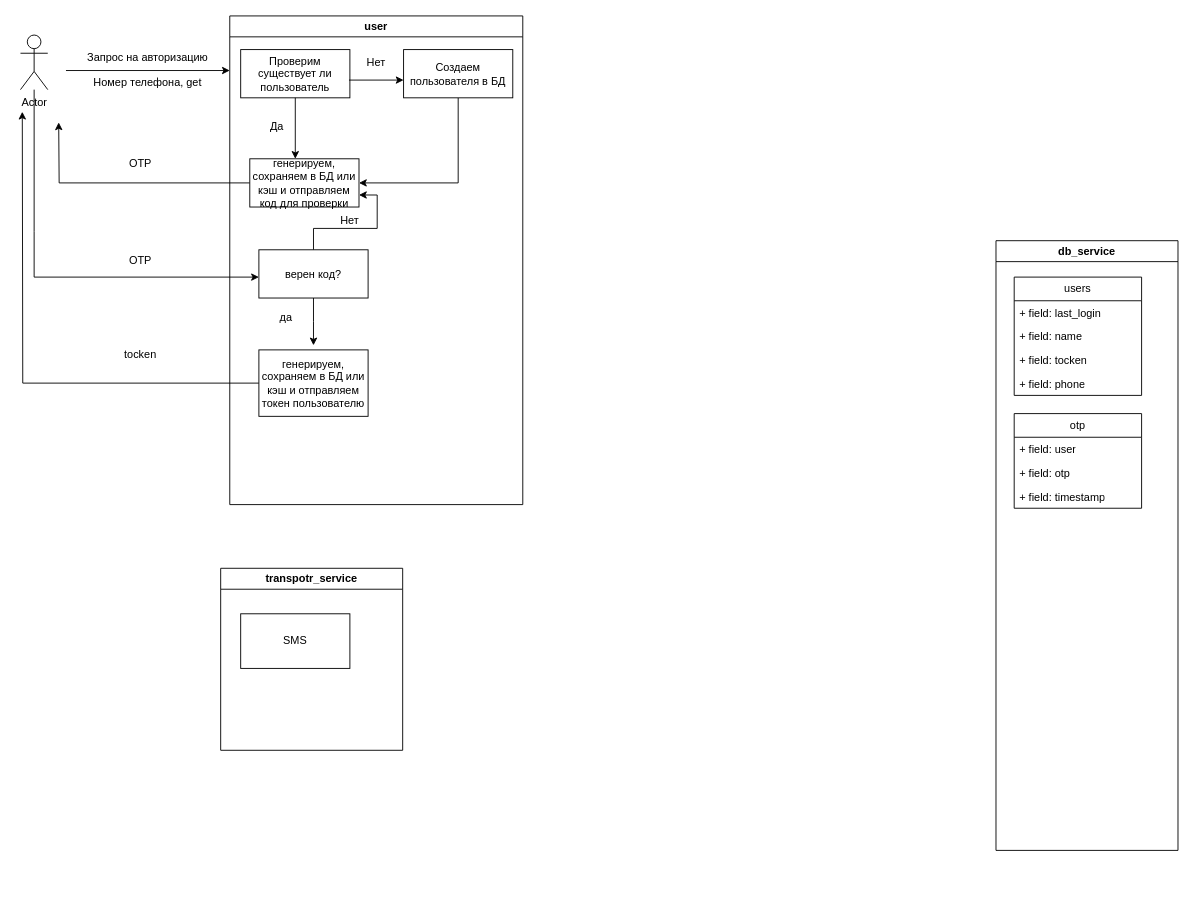
This is Диаграмма без названия.drawio from dmitriyzima/draw.io.scheme, a draw.io file, before an edit. Source tidied: cells renumbered, new cells numbered last; positions are measured from the earlier drawing's top-left corner, leaving out a move shared by most shapes. Both pictures are drawn from the tidied source at 91%, with x=0, y=0 at pixel (20, 15).
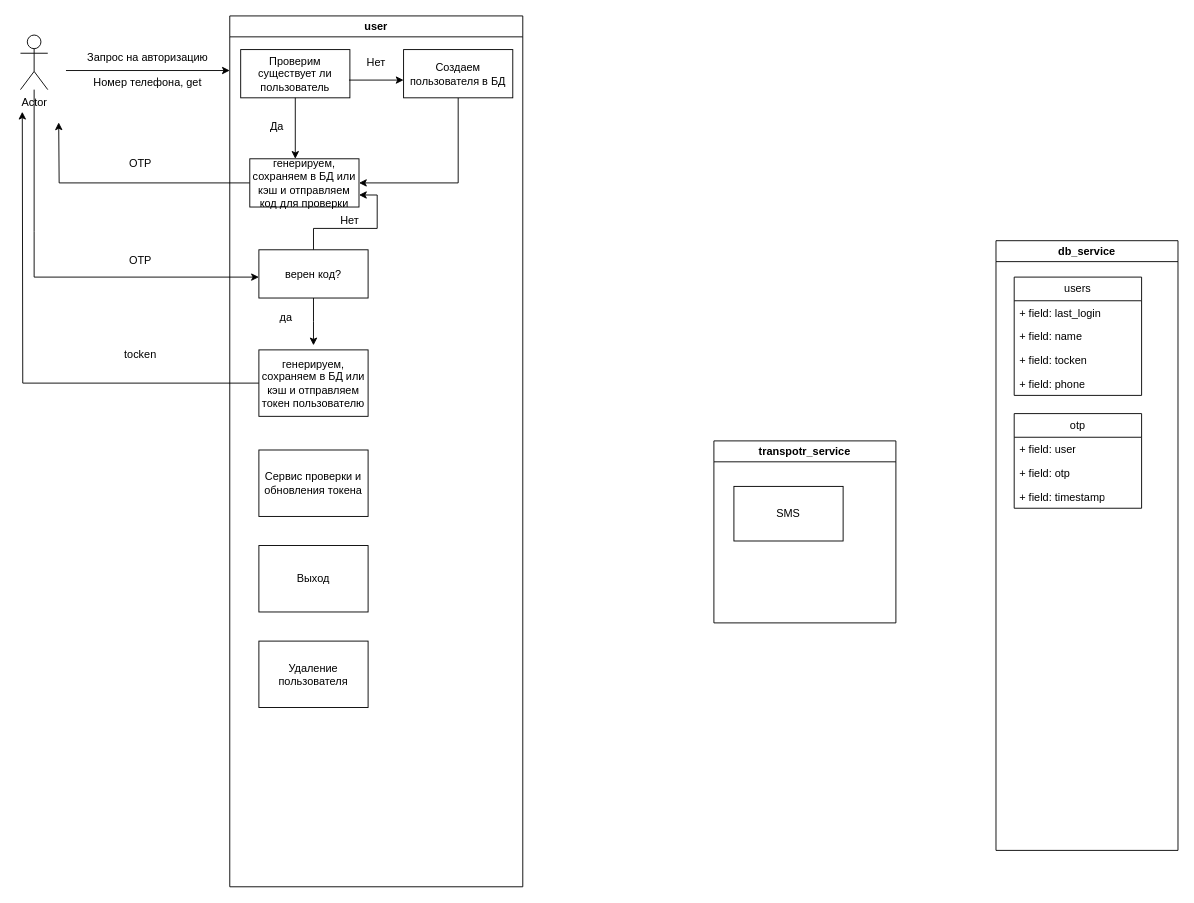
Above is the later version.

The edit, as a diff of the source:
```diff
@@
     <mxCell id="7" value="user" style="swimlane;whiteSpace=wrap;html=1;startSize=23;" parent="1" vertex="1">
-      <mxGeometry x="230" width="322" height="537" as="geometry" />
+      <mxGeometry x="230" width="322" height="957" as="geometry" />
     </mxCell>
@@
+    <mxCell id="39" value="Сервис проверки и обновления токена" style="rounded=0;whiteSpace=wrap;html=1;" parent="7" vertex="1">
+      <mxGeometry x="32" y="477" width="120" height="73" as="geometry" />
+    </mxCell>
+    <mxCell id="40" value="Выход" style="rounded=0;whiteSpace=wrap;html=1;" parent="7" vertex="1">
+      <mxGeometry x="32" y="582" width="120" height="73" as="geometry" />
+    </mxCell>
+    <mxCell id="41" value="Удаление пользователя" style="rounded=0;whiteSpace=wrap;html=1;" parent="7" vertex="1">
+      <mxGeometry x="32" y="687" width="120" height="73" as="geometry" />
+    </mxCell>
     <mxCell id="24" value="transpotr_service" style="swimlane;whiteSpace=wrap;html=1;" parent="1" vertex="1">
-      <mxGeometry x="220" y="607" width="200" height="200" as="geometry" />
+      <mxGeometry x="762" y="467" width="200" height="200" as="geometry" />
     </mxCell>
```
